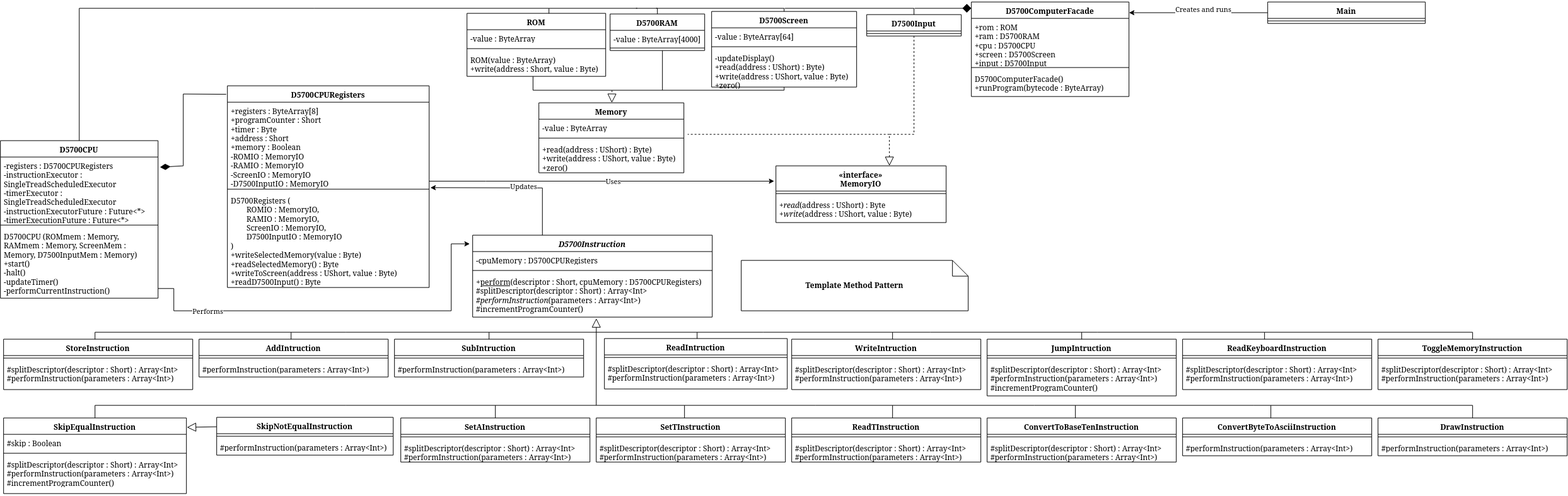
Earlier version of the draw.io export UML.png (BrodySteidley/cs5700.4). Source tidied: cells renumbered, new cells last; positions are measured from the earlier drawing's top-left corner, leaving out a move shared by most shapes.
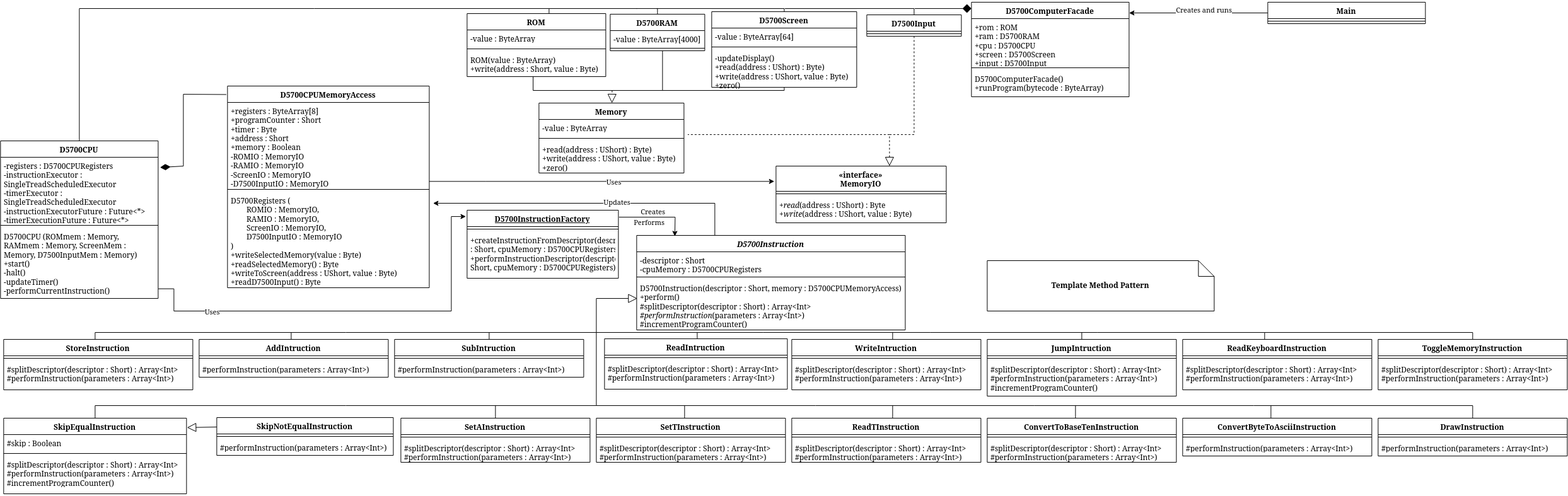
The same file after the commit.

Diff of the diagram source:
```diff
@@ -3,16 +3,16 @@
     <mxCell id="0" />
     <mxCell id="1" parent="0" />
     <mxCell id="2" value="&lt;i&gt;D5700Instruction&lt;/i&gt;" style="swimlane;fontStyle=1;align=center;verticalAlign=top;horizontal=1;startSize=26;whiteSpace=wrap;html=1;" parent="1" vertex="1">
-      <mxGeometry x="749" y="370" width="380" height="130" as="geometry" />
+      <mxGeometry x="1009" y="370" width="426" height="150" as="geometry" />
     </mxCell>
-    <mxCell id="3" value="-cpuMemory : D5700CPURegisters" style="text;strokeColor=none;fillColor=none;align=left;verticalAlign=top;spacingLeft=4;spacingRight=4;overflow=hidden;whiteSpace=wrap;html=1;" parent="2" vertex="1">
-      <mxGeometry y="26" width="380" height="26" as="geometry" />
+    <mxCell id="3" value="-descriptor : Short&lt;div&gt;-cpuMemory : D5700CPURegisters&lt;/div&gt;" style="text;strokeColor=none;fillColor=none;align=left;verticalAlign=top;spacingLeft=4;spacingRight=4;overflow=hidden;whiteSpace=wrap;html=1;" parent="2" vertex="1">
+      <mxGeometry y="26" width="426" height="36" as="geometry" />
     </mxCell>
     <mxCell id="4" style="line;strokeWidth=1;fillColor=none;align=left;verticalAlign=middle;spacingTop=-1;spacingLeft=3;spacingRight=3;labelPosition=right;strokeColor=inherit;" parent="2" vertex="1">
-      <mxGeometry y="52" width="380" height="8" as="geometry" />
+      <mxGeometry y="62" width="426" height="8" as="geometry" />
     </mxCell>
-    <mxCell id="5" value="&lt;div&gt;+&lt;u&gt;perform&lt;/u&gt;(descriptor : Short, cpuMemory : D5700CPURegisters)&lt;/div&gt;&lt;div&gt;#splitDescriptor(descriptor : Short) : Array&amp;lt;Int&amp;gt;&lt;/div&gt;&lt;div&gt;&lt;i&gt;#performInstruction&lt;/i&gt;(parameters :&amp;nbsp;Array&amp;lt;Int&amp;gt;)&lt;/div&gt;&lt;div&gt;#incrementProgramCounter()&lt;/div&gt;" style="text;strokeColor=none;fillColor=none;align=left;verticalAlign=top;spacingLeft=4;spacingRight=4;overflow=hidden;points=[[0,0.5],[1,0.5]];portConstraint=eastwest;whiteSpace=wrap;html=1;" parent="2" vertex="1">
-      <mxGeometry y="60" width="380" height="70" as="geometry" />
+    <mxCell id="5" value="&lt;div&gt;D5700Instruction(descriptor : Short, memory : D5700CPUMemoryAccess)&lt;/div&gt;&lt;div&gt;+perform()&lt;/div&gt;&lt;div&gt;#splitDescriptor(descriptor : Short) : Array&amp;lt;Int&amp;gt;&lt;/div&gt;&lt;div&gt;&lt;i&gt;#performInstruction&lt;/i&gt;(parameters :&amp;nbsp;Array&amp;lt;Int&amp;gt;)&lt;/div&gt;&lt;div&gt;#incrementProgramCounter()&lt;/div&gt;" style="text;strokeColor=none;fillColor=none;align=left;verticalAlign=top;spacingLeft=4;spacingRight=4;overflow=hidden;points=[[0,0.5],[1,0.5]];portConstraint=eastwest;whiteSpace=wrap;html=1;" parent="2" vertex="1">
+      <mxGeometry y="70" width="426" height="80" as="geometry" />
     </mxCell>
     <mxCell id="6" value="D5700CPU" style="swimlane;fontStyle=1;align=center;verticalAlign=top;horizontal=1;startSize=26;whiteSpace=wrap;html=1;" parent="1" vertex="1">
       <mxGeometry y="220" width="250" height="250" as="geometry" />
@@ -36,7 +36,7 @@
       <mxGeometry y="50" width="150" height="8" as="geometry" />
     </mxCell>
     <mxCell id="13" value="&lt;div&gt;&lt;b&gt;Template Method Pattern&lt;/b&gt;&lt;/div&gt;" style="shape=note2;boundedLbl=1;whiteSpace=wrap;html=1;size=25;verticalAlign=top;align=center;" parent="1" vertex="1">
-      <mxGeometry x="1175" y="410" width="360" height="80" as="geometry" />
+      <mxGeometry x="1565" y="410" width="360" height="80" as="geometry" />
     </mxCell>
     <mxCell id="14" value="SkipNotEqualInstruction" style="swimlane;fontStyle=1;align=center;verticalAlign=top;horizontal=1;startSize=26;whiteSpace=wrap;html=1;" parent="1" vertex="1">
       <mxGeometry x="343" y="659" width="280" height="60" as="geometry" />
@@ -116,9 +116,13 @@
     <mxCell id="39" value="&lt;div&gt;#performInstruction(parameters :&amp;nbsp;Array&amp;lt;Int&amp;gt;)&lt;/div&gt;" style="text;strokeColor=none;fillColor=none;align=left;verticalAlign=top;spacingLeft=4;spacingRight=4;overflow=hidden;whiteSpace=wrap;html=1;" parent="37" vertex="1">
       <mxGeometry y="34" width="300" height="26" as="geometry" />
     </mxCell>
-    <mxCell id="40" style="endArrow=block;html=1;rounded=0;entryX=0.516;entryY=1.029;entryDx=0;entryDy=0;entryPerimeter=0;endFill=0;endSize=12;" parent="1" edge="1" target="5">
+    <mxCell id="40" style="endArrow=block;html=1;rounded=0;endFill=0;endSize=12;" parent="1" edge="1">
       <mxGeometry relative="1" as="geometry">
         <mxPoint x="945" y="640" as="sourcePoint" />
+        <mxPoint x="1010" y="470" as="targetPoint" />
+        <Array as="points">
+          <mxPoint x="945" y="470" />
+        </Array>
       </mxGeometry>
     </mxCell>
     <mxCell id="41" style="endArrow=none;html=1;rounded=0;exitX=0.5;exitY=0;exitDx=0;exitDy=0;" parent="1" edge="1" source="17">
@@ -358,7 +362,7 @@
         </Array>
       </mxGeometry>
     </mxCell>
-    <mxCell id="96" value="D5700CPURegisters" style="swimlane;fontStyle=1;align=center;verticalAlign=top;horizontal=1;startSize=26;whiteSpace=wrap;html=1;" parent="1" vertex="1">
+    <mxCell id="96" value="D5700CPUMemoryAccess" style="swimlane;fontStyle=1;align=center;verticalAlign=top;horizontal=1;startSize=26;whiteSpace=wrap;html=1;" parent="1" vertex="1">
       <mxGeometry x="360" y="133" width="320" height="320" as="geometry" />
     </mxCell>
     <mxCell id="97" value="&lt;div&gt;+registers : ByteArray[8]&lt;/div&gt;&lt;div&gt;+programCounter : Short&lt;/div&gt;&lt;div&gt;+timer : Byte&lt;/div&gt;&lt;div&gt;+address : Short&lt;/div&gt;&lt;div&gt;+memory : Boolean&lt;/div&gt;&lt;div&gt;-ROMIO : MemoryIO&lt;/div&gt;&lt;div&gt;&lt;div&gt;-RAMIO : MemoryIO&lt;/div&gt;&lt;div&gt;-ScreenIO : MemoryIO&lt;/div&gt;&lt;div&gt;-D7500InputIO : MemoryIO&lt;/div&gt;&lt;/div&gt;" style="text;strokeColor=none;fillColor=none;align=left;verticalAlign=top;spacingLeft=4;spacingRight=4;overflow=hidden;whiteSpace=wrap;html=1;" parent="96" vertex="1">
@@ -378,19 +382,18 @@
         </Array>
       </mxGeometry>
     </mxCell>
-    <mxCell id="101" style="endArrow=classic;html=1;rounded=0;exitX=1.021;exitY=0.863;exitDx=0;exitDy=0;exitPerimeter=0;endFill=1;entryX=0.001;entryY=0.106;entryDx=0;entryDy=0;entryPerimeter=0;" parent="1" edge="1">
+    <mxCell id="101" style="endArrow=classic;html=1;rounded=0;exitX=1.021;exitY=0.863;exitDx=0;exitDy=0;exitPerimeter=0;endFill=1;entryX=-0.008;entryY=0.093;entryDx=0;entryDy=0;entryPerimeter=0;" parent="1" edge="1" target="128">
       <mxGeometry relative="1" as="geometry">
         <mxPoint x="250.2" y="454.7" as="sourcePoint" />
-        <mxPoint x="744.4" y="383.8" as="targetPoint" />
         <Array as="points">
           <mxPoint x="275" y="454.7" />
           <mxPoint x="275" y="490" />
           <mxPoint x="715" y="490" />
-          <mxPoint x="715" y="383.8" />
+          <mxPoint x="715" y="340" />
         </Array>
       </mxGeometry>
     </mxCell>
-    <mxCell id="102" value="Performs" style="edgeLabel;html=1;align=center;verticalAlign=middle;" parent="101" vertex="1">
+    <mxCell id="102" value="Uses" style="edgeLabel;html=1;align=center;verticalAlign=middle;" parent="101" vertex="1">
       <mxGeometry x="-0.64" relative="1" as="geometry" />
     </mxCell>
     <mxCell id="103" style="endArrow=classic;html=1;rounded=0;entryX=-0.01;entryY=0.27;entryDx=0;entryDy=0;entryPerimeter=0;endFill=1;" parent="1" edge="1" target="84">
@@ -482,10 +485,10 @@
     <mxCell id="118" value="&lt;div&gt;ROM(value : ByteArray)&lt;/div&gt;&lt;div&gt;+write(address : Short, value : Byte)&lt;/div&gt;" style="text;strokeColor=none;fillColor=none;align=left;verticalAlign=top;spacingLeft=4;spacingRight=4;overflow=hidden;points=[[0,0.5],[1,0.5]];portConstraint=eastwest;whiteSpace=wrap;html=1;" parent="115" vertex="1">
       <mxGeometry y="60" width="220" height="40" as="geometry" />
     </mxCell>
-    <mxCell id="119" style="endArrow=classic;html=1;rounded=0;exitX=0.291;exitY=0;exitDx=0;exitDy=0;exitPerimeter=0;entryX=1.006;entryY=-0.042;entryDx=0;entryDy=0;entryPerimeter=0;endFill=1;" parent="1" edge="1" source="2" target="99">
+    <mxCell id="119" style="endArrow=classic;html=1;rounded=0;exitX=0.291;exitY=0;exitDx=0;exitDy=0;exitPerimeter=0;entryX=1.019;entryY=0.118;entryDx=0;entryDy=0;entryPerimeter=0;endFill=1;" parent="1" edge="1" source="2" target="99">
       <mxGeometry relative="1" as="geometry">
         <Array as="points">
-          <mxPoint x="859.6" y="295" />
+          <mxPoint x="1133" y="318.9" />
         </Array>
       </mxGeometry>
     </mxCell>
@@ -521,5 +524,27 @@
         <mxPoint x="1090" y="210" as="targetPoint" />
       </mxGeometry>
     </mxCell>
+    <mxCell id="128" value="&lt;u&gt;D5700InstructionFactory&lt;/u&gt;" style="swimlane;fontStyle=1;align=center;verticalAlign=top;horizontal=1;startSize=26;whiteSpace=wrap;html=1;" parent="1" vertex="1">
+      <mxGeometry x="740" y="330" width="240" height="108" as="geometry" />
+    </mxCell>
+    <mxCell id="129" style="line;strokeWidth=1;fillColor=none;align=left;verticalAlign=middle;spacingTop=-1;spacingLeft=3;spacingRight=3;labelPosition=right;strokeColor=inherit;" parent="128" vertex="1">
+      <mxGeometry y="26" width="240" height="8" as="geometry" />
+    </mxCell>
+    <mxCell id="130" value="&lt;div&gt;+createInstructionFromDescriptor(descriptor : Short, cpuMemory : D5700CPURegisters)&lt;/div&gt;&lt;div&gt;+performInstructionDescriptor(descriptor : Short, cpuMemory : D5700CPURegisters)&lt;/div&gt;&lt;div&gt;&lt;br&gt;&lt;/div&gt;" style="text;strokeColor=none;fillColor=none;align=left;verticalAlign=top;spacingLeft=4;spacingRight=4;overflow=hidden;whiteSpace=wrap;html=1;" parent="128" vertex="1">
+      <mxGeometry y="34" width="240" height="74" as="geometry" />
+    </mxCell>
+    <mxCell id="131" style="endArrow=classic;html=1;rounded=0;exitX=1.004;exitY=0.102;exitDx=0;exitDy=0;exitPerimeter=0;entryX=0.142;entryY=0.009;entryDx=0;entryDy=0;entryPerimeter=0;endFill=1;" parent="1" edge="1" source="128" target="2">
+      <mxGeometry relative="1" as="geometry">
+        <Array as="points">
+          <mxPoint x="1070" y="341" />
+        </Array>
+      </mxGeometry>
+    </mxCell>
+    <mxCell id="132" value="Creates" style="edgeLabel;html=1;align=center;verticalAlign=middle;" parent="131" vertex="1">
+      <mxGeometry x="-0.11" y="10" relative="1" as="geometry" />
+    </mxCell>
+    <mxCell id="133" value="Performs" style="edgeLabel;html=1;align=center;verticalAlign=middle;" parent="131" vertex="1">
+      <mxGeometry x="-0.22" y="-7" relative="1" as="geometry" />
+    </mxCell>
   </root>
 </mxGraphModel>
```
